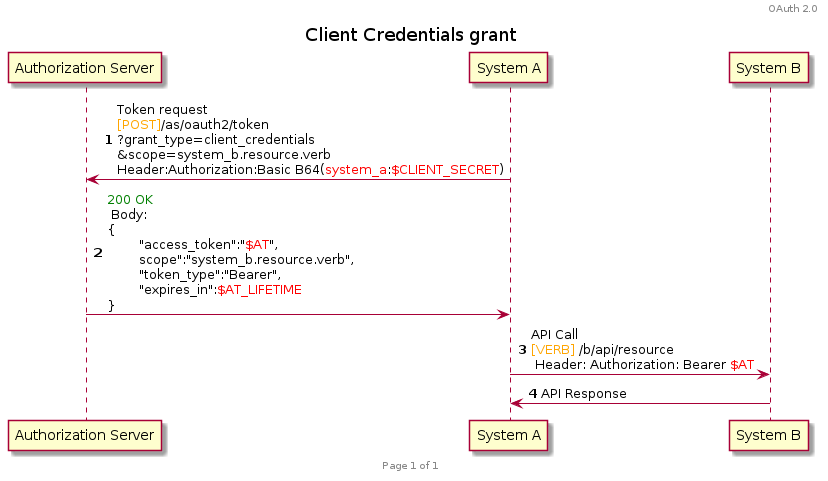
Earlier version of the PlantUML export plantuml/oauth2/client_credentials.png (HenriLefevrePro/Articles).
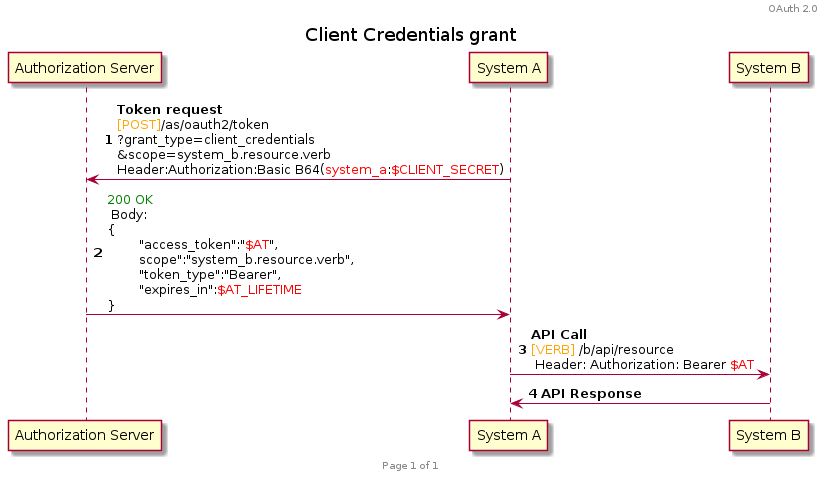
The same diagram one commit later.

Commit message:
[GitHub Actions] Generate PNG images for PlantUML diagrams

Change to the diagram source:
```diff
@@ -10,9 +10,9 @@
 participant A as "System A"
 participant B as "System B"
 
-A -> Auth : Token request\n<font color=orange>[POST]</font>/as/oauth2/token\n?grant_type=client_credentials\n&scope=system_b.resource.verb\nHeader:Authorization:Basic B64(<font color=red>system_a</font>:<font color=red>$CLIENT_SECRET</font>)
+A -> Auth : <b>Token request</b>\n<font color=orange>[POST]</font>/as/oauth2/token\n?grant_type=client_credentials\n&scope=system_b.resource.verb\nHeader:Authorization:Basic B64(<font color=red>system_a</font>:<font color=red>$CLIENT_SECRET</font>)
 Auth -> A : <font color=green>200 OK</font> \n Body: \n{\n\t"access_token":"<font color=red>$AT</font>",\n\tscope":"system_b.resource.verb",\n\t"token_type":"Bearer",\n\t"expires_in":<font color=red>$AT_LIFETIME</font>\n}
 
-A -> B : API Call \n<font color=orange>[VERB]</font> /b/api/resource\n Header: Authorization: Bearer <font color=red>$AT</font>
-B -> A : API Response
+A -> B : <b>API Call</b> \n<font color=orange>[VERB]</font> /b/api/resource\n Header: Authorization: Bearer <font color=red>$AT</font>
+B -> A : <b>API Response</b>
 @enduml
```
